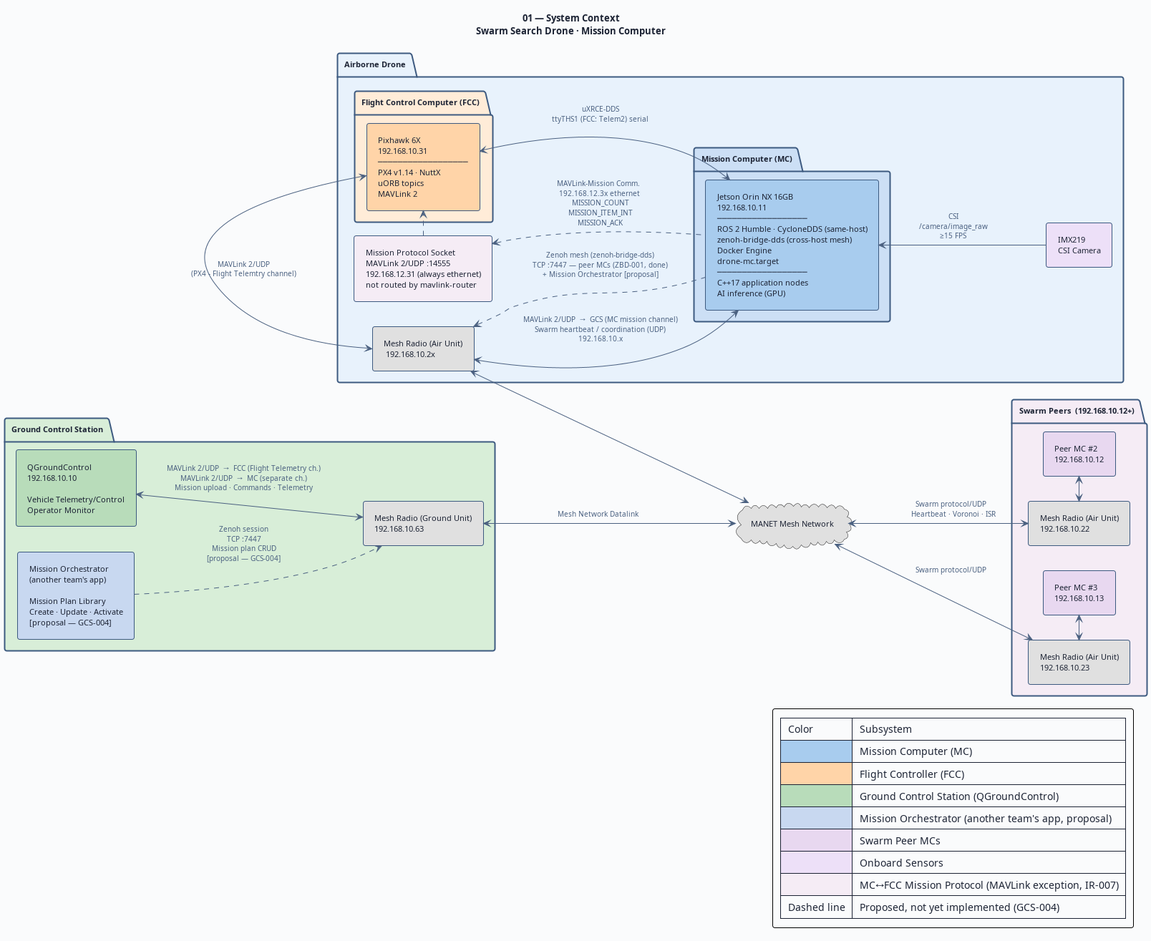
The PlantUML diagram diagrams/01-system-context.png in shawnsoh-stengg/shawnsoh-stengg-drone-swarm-mc-tempFork, before a commit.
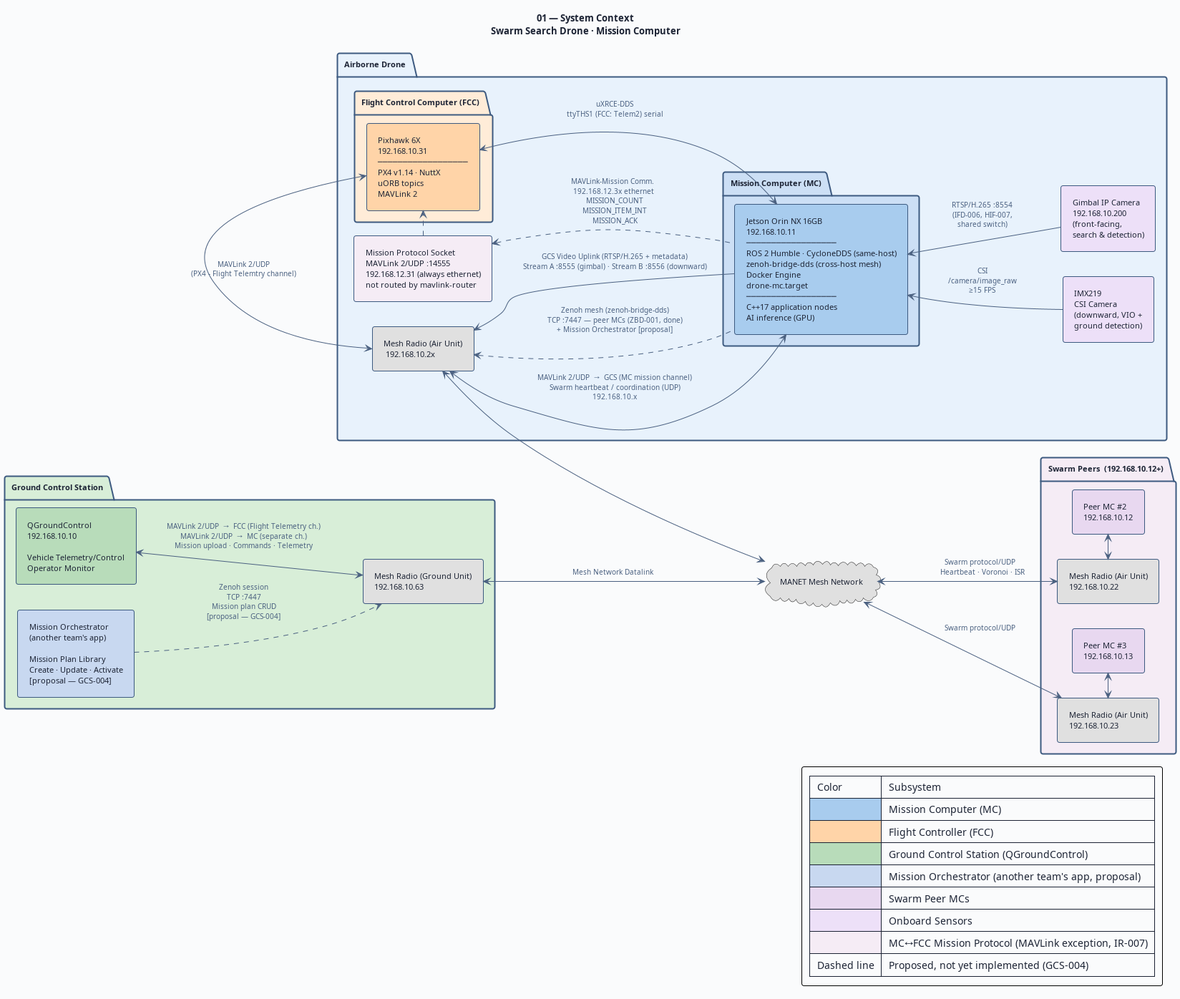
After the change.

Change to the diagram source:
```diff
@@ -60,7 +60,9 @@
     rectangle "Pixhawk 6X\n192.168.10.31\n──────────────────\nPX4 v1.14 · NuttX\nuORB topics\nMAVLink 2" as FCC #FFD4A8
   }
 
-  rectangle "IMX219\nCSI Camera" as CAM #EDE0F8
+  rectangle "IMX219\nCSI Camera\n(downward, VIO +\nground detection)" as CAM #EDE0F8
+
+  rectangle "Gimbal IP Camera\n192.168.10.200\n(front-facing,\nsearch & detection)" as GIMCAM #EDE0F8
 
   rectangle "Mission Protocol Socket\nMAVLink 2/UDP :14555\n192.168.12.31 (always ethernet)\nnot routed by mavlink-router" as MISSPROTO #F5ECF5
 
@@ -74,9 +76,11 @@
 MISSPROTO .right.> FCC
 
 CAM -up-> MC : "  CSI\n  /camera/image_raw\n  ≥15 FPS"
+GIMCAM -up-> MC : "  RTSP/H.265 :8554\n  (IFD-006, HIF-007,\n  shared switch)"
 
 MC <-up-> AU1 : "  MAVLink 2/UDP  →  GCS (MC mission channel)\n  Swarm heartbeat / coordination (UDP)\n  192.168.10.x"
 MC .up.> AU1 : "  Zenoh mesh (zenoh-bridge-dds)\n  TCP :7447 — peer MCs (ZBD-001, done)\n  + Mission Orchestrator [proposal]"
+MC -up-> AU1 : "  GCS Video Uplink (RTSP/H.265 + metadata)\n  Stream A :8555 (gimbal) · Stream B :8556 (downward)"
 
 GCS <--> GU : "  MAVLink 2/UDP  →  FCC (Flight Telemetry ch.)\n  MAVLink 2/UDP  →  MC (separate ch.)\n  Mission upload · Commands · Telemetry"
 ORCH .down.> GU : "  Zenoh session\n  TCP :7447\n  Mission plan CRUD\n  [proposal — GCS-004]"
```
